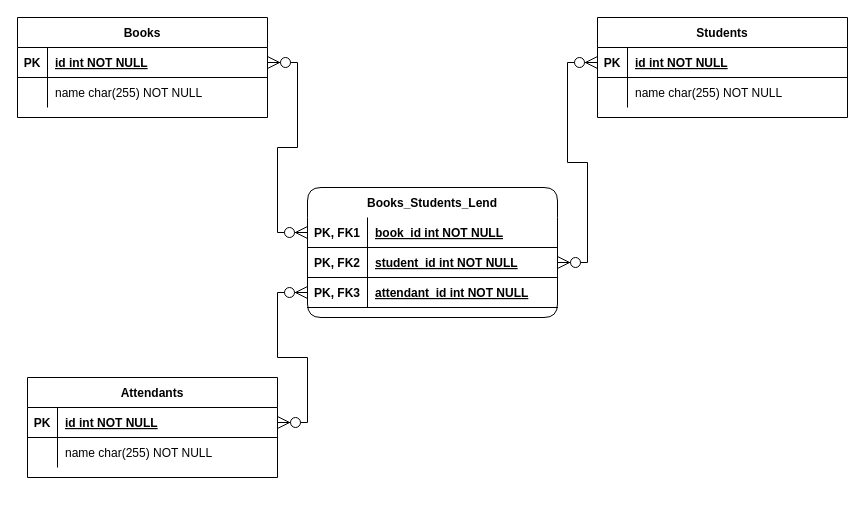
The draw.io diagram erd/BookLendingERD.drawio in perilloArt3159/database-mysql-assessment, before the edit. Source tidied: cells renumbered, new cells numbered last; positions are measured from the earlier drawing's top-left corner, leaving out a move shared by most shapes. Both pictures are drawn from the tidied source at 100%, with x=0, y=0 at pixel (17, 17).
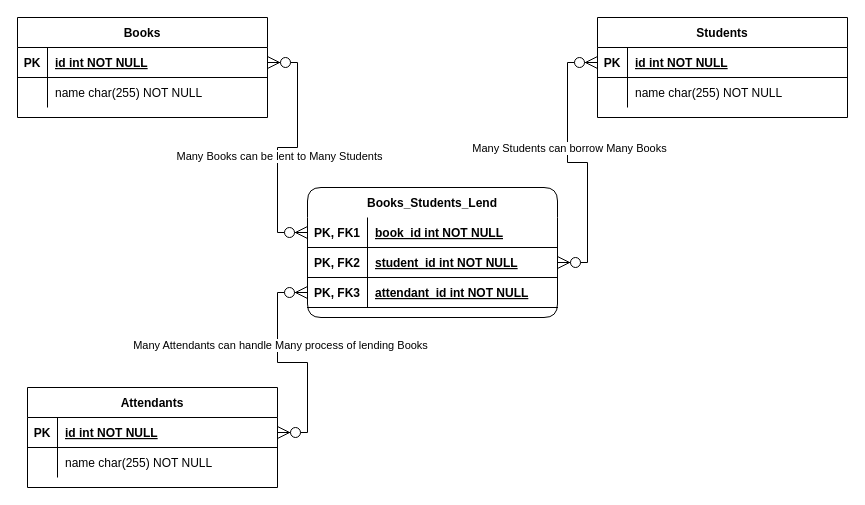
The same page after the edit.

Commit message:
:bulb: Added Comments on Relationships in Book Lending ERD

Unchanged cells that the change refers to:
```xml
<mxCell id="33" style="edgeStyle=entityRelationEdgeStyle;fontSize=12;html=1;endArrow=ERzeroToMany;endFill=1;startArrow=ERzeroToMany;rounded=0;endSize=10;startSize=10;" parent="1" edge="1" source="17" target="24">
  <mxGeometry relative="1" as="geometry" />
</mxCell>
<mxCell id="34" style="edgeStyle=entityRelationEdgeStyle;fontSize=12;html=1;endArrow=ERzeroToMany;endFill=1;startArrow=ERzeroToMany;rounded=0;exitX=0;exitY=0.5;exitDx=0;exitDy=0;startSize=10;endSize=10;" parent="1" edge="1" source="30" target="10">
  <mxGeometry relative="1" as="geometry" />
</mxCell>
<mxCell id="35" style="edgeStyle=entityRelationEdgeStyle;fontSize=12;html=1;endArrow=ERzeroToMany;endFill=1;startArrow=ERzeroToMany;rounded=0;exitX=1;exitY=0.5;exitDx=0;exitDy=0;endSize=10;startSize=10;" parent="1" edge="1" source="27" target="3">
  <mxGeometry relative="1" as="geometry" />
</mxCell>
```

Diff of the diagram source:
```diff
@@
     <mxCell id="9" value="Attendants" style="shape=table;startSize=30;childLayout=tableLayout;rowLines=0;fontStyle=1;align=center;" parent="1" vertex="1">
-      <mxGeometry x="10" y="360" width="250" height="100" as="geometry" />
+      <mxGeometry x="10" y="370" width="250" height="100" as="geometry" />
     </mxCell>
@@
+    <mxCell id="36" value="Many Books can be lent to Many Students" style="edgeLabel;html=1;align=center;verticalAlign=middle;" parent="33" vertex="1">
+      <mxGeometry x="0.14" y="1" relative="1" as="geometry" />
+    </mxCell>
@@
+    <mxCell id="37" value="Many Attendants can handle Many process of lending Books" style="edgeLabel;html=1;align=center;verticalAlign=middle;" parent="34" vertex="1">
+      <mxGeometry x="-0.29" y="2" relative="1" as="geometry" />
+    </mxCell>
@@
+    <mxCell id="38" value="Many Students can borrow Many Books" style="edgeLabel;html=1;align=center;verticalAlign=middle;" parent="35" vertex="1">
+      <mxGeometry x="0.18" y="-1" relative="1" as="geometry" />
+    </mxCell>
```
